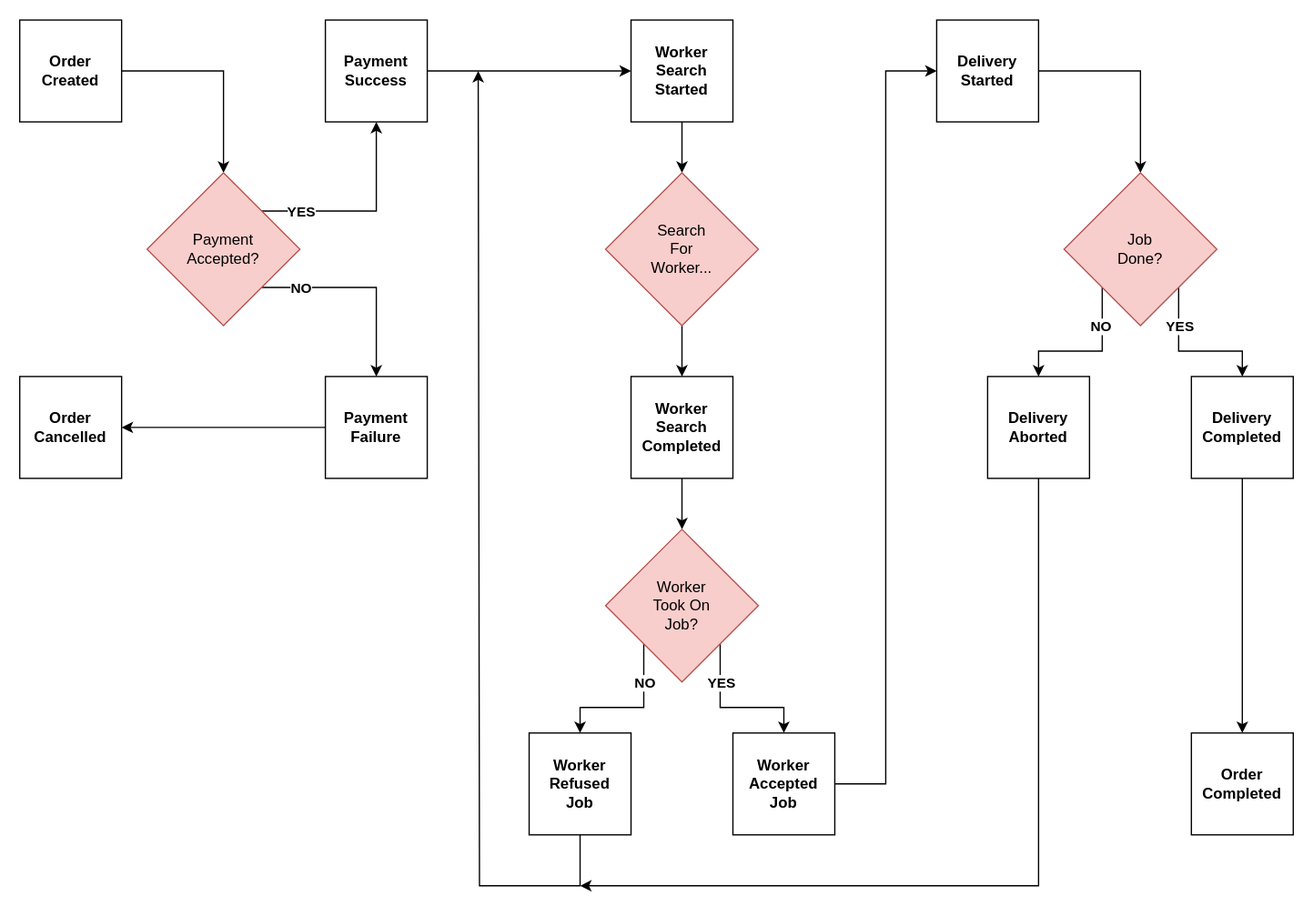
Above: Diagrams/EventFlow.drawio.svg in dleclercpro/EventDrivenArchitecturePlayground (draw.io), before the change. Source tidied: cells renumbered, new cells last; positions are measured from the earlier drawing's top-left corner, leaving out a move shared by most shapes.
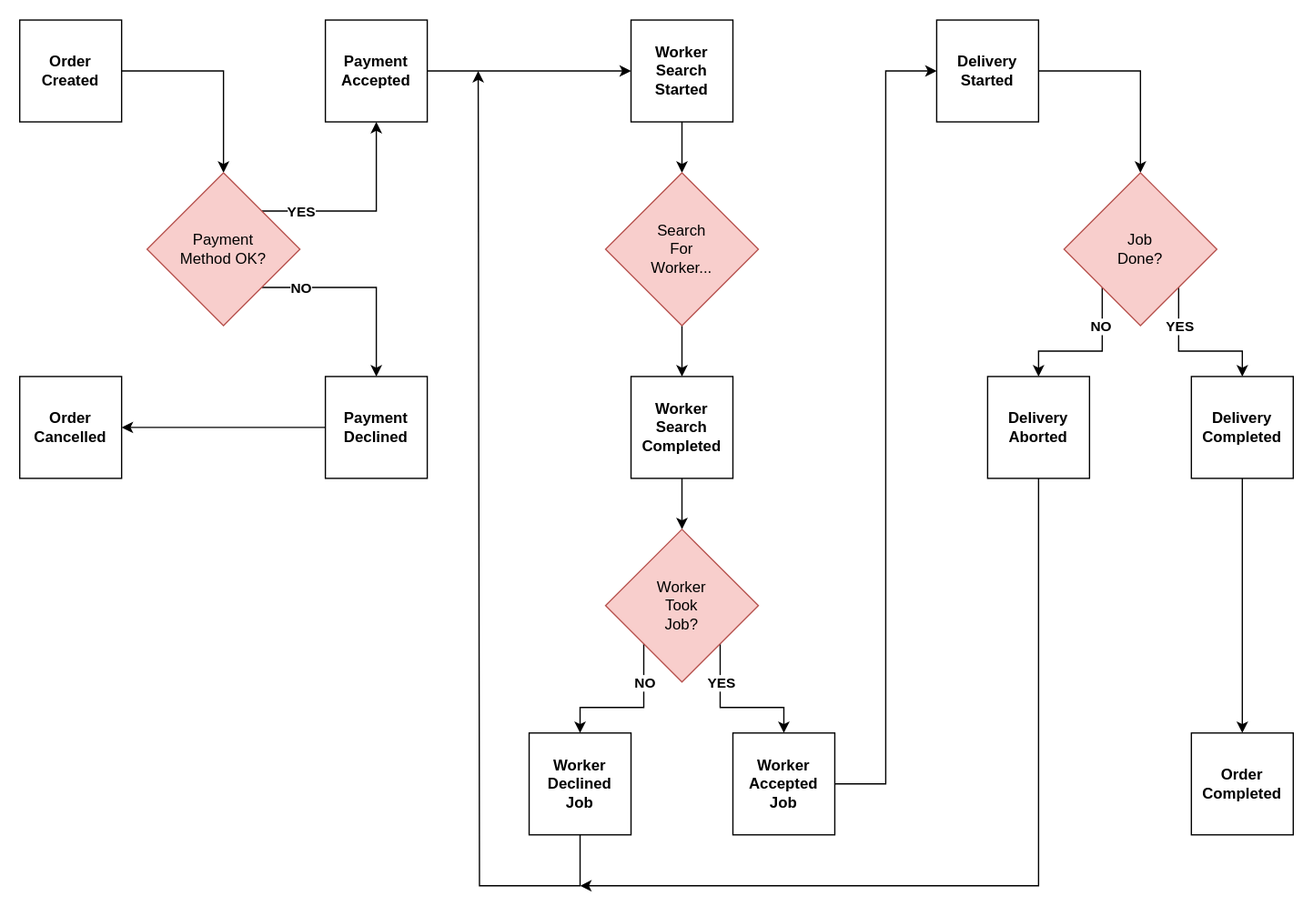
After the change.

The edit, as a diff of the source:
```diff
@@ -26,13 +26,13 @@
     <mxCell id="9" style="edgeStyle=orthogonalEdgeStyle;rounded=0;jettySize=auto;html=1;exitX=1;exitY=0.5;exitDx=0;exitDy=0;entryX=0;entryY=0.5;entryDx=0;entryDy=0;" parent="1" edge="1" source="10" target="20">
       <mxGeometry relative="1" as="geometry" />
     </mxCell>
-    <mxCell id="10" value="&lt;span&gt;Payment&lt;br&gt;Success&lt;/span&gt;" style="whiteSpace=wrap;html=1;fontStyle=1;" parent="1" vertex="1">
+    <mxCell id="10" value="&lt;span&gt;Payment&lt;br&gt;Accepted&lt;br&gt;&lt;/span&gt;" style="whiteSpace=wrap;html=1;fontStyle=1;" parent="1" vertex="1">
       <mxGeometry x="240" width="80" height="80" as="geometry" />
     </mxCell>
     <mxCell id="11" style="edgeStyle=orthogonalEdgeStyle;rounded=0;jettySize=auto;html=1;exitX=0;exitY=0.5;exitDx=0;exitDy=0;entryX=1;entryY=0.5;entryDx=0;entryDy=0;" parent="1" edge="1" source="12" target="4">
       <mxGeometry relative="1" as="geometry" />
     </mxCell>
-    <mxCell id="12" value="&lt;span&gt;Payment&lt;br&gt;Failure&lt;/span&gt;" style="whiteSpace=wrap;html=1;fontStyle=1;" parent="1" vertex="1">
+    <mxCell id="12" value="&lt;span&gt;Payment&lt;br&gt;Declined&lt;br&gt;&lt;/span&gt;" style="whiteSpace=wrap;html=1;fontStyle=1;" parent="1" vertex="1">
       <mxGeometry x="240" y="280" width="80" height="80" as="geometry" />
     </mxCell>
     <mxCell id="13" value="&lt;span&gt;Order&lt;br&gt;Completed&lt;/span&gt;" style="whiteSpace=wrap;html=1;fontStyle=1;" parent="1" vertex="1">
@@ -54,7 +54,7 @@
         <mxPoint x="-1" y="-4" as="offset" />
       </mxGeometry>
     </mxCell>
-    <mxCell id="18" value="Payment&lt;br&gt;Accepted?" style="rhombus;whiteSpace=wrap;html=1;fillColor=#f8cecc;strokeColor=#b85450;fontStyle=0;" parent="1" vertex="1">
+    <mxCell id="18" value="Payment&lt;br&gt;Method OK?" style="rhombus;whiteSpace=wrap;html=1;fillColor=#f8cecc;strokeColor=#b85450;fontStyle=0;" parent="1" vertex="1">
       <mxGeometry x="100" y="120" width="120" height="120" as="geometry" />
     </mxCell>
     <mxCell id="19" style="edgeStyle=orthogonalEdgeStyle;rounded=0;jettySize=auto;html=1;exitX=0.5;exitY=1;exitDx=0;exitDy=0;entryX=0.5;entryY=0;entryDx=0;entryDy=0;" parent="1" edge="1" source="20" target="30">
@@ -101,7 +101,7 @@
         </Array>
       </mxGeometry>
     </mxCell>
-    <mxCell id="28" value="Worker&lt;br&gt;Refused&lt;br&gt;Job" style="whiteSpace=wrap;html=1;fontStyle=1;" parent="1" vertex="1">
+    <mxCell id="28" value="Worker&lt;br&gt;Declined&lt;br&gt;Job" style="whiteSpace=wrap;html=1;fontStyle=1;" parent="1" vertex="1">
       <mxGeometry x="400" y="560" width="80" height="80" as="geometry" />
     </mxCell>
     <mxCell id="29" style="edgeStyle=orthogonalEdgeStyle;rounded=0;jettySize=auto;html=1;exitX=0.5;exitY=1;exitDx=0;exitDy=0;entryX=0.5;entryY=0;entryDx=0;entryDy=0;" parent="1" edge="1" source="30" target="24">
@@ -131,7 +131,7 @@
         <mxPoint y="-1" as="offset" />
       </mxGeometry>
     </mxCell>
-    <mxCell id="35" value="Worker&lt;br&gt;Took On&lt;br&gt;Job?" style="rhombus;whiteSpace=wrap;html=1;fillColor=#f8cecc;strokeColor=#b85450;fontStyle=0;" parent="1" vertex="1">
+    <mxCell id="35" value="Worker&lt;br&gt;Took&lt;br&gt;Job?" style="rhombus;whiteSpace=wrap;html=1;fillColor=#f8cecc;strokeColor=#b85450;fontStyle=0;" parent="1" vertex="1">
       <mxGeometry x="460" y="400" width="120" height="120" as="geometry" />
     </mxCell>
     <mxCell id="36" style="edgeStyle=orthogonalEdgeStyle;rounded=0;jettySize=auto;html=1;exitX=0;exitY=1;exitDx=0;exitDy=0;entryX=0.5;entryY=0;entryDx=0;entryDy=0;" parent="1" edge="1" source="40" target="22">
```
